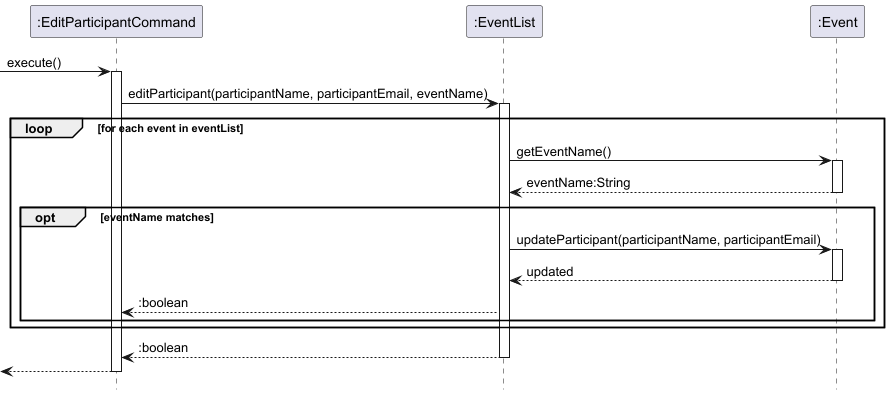
The PlantUML diagram docs/images/EditParticipantCommandSequenceDiagram.png in nus-cs2113-AY2425S1/tp, before a commit.
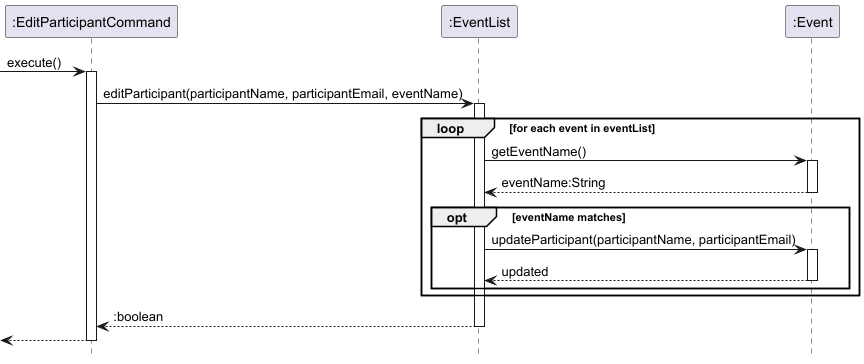
Above is the later version.

What changed in the source:
```diff
@@ -22,7 +22,6 @@
          activate event
          event --> eventList : updated
          deactivate event
-         eventList --> editCommand : :boolean
      end
 
 end
```
